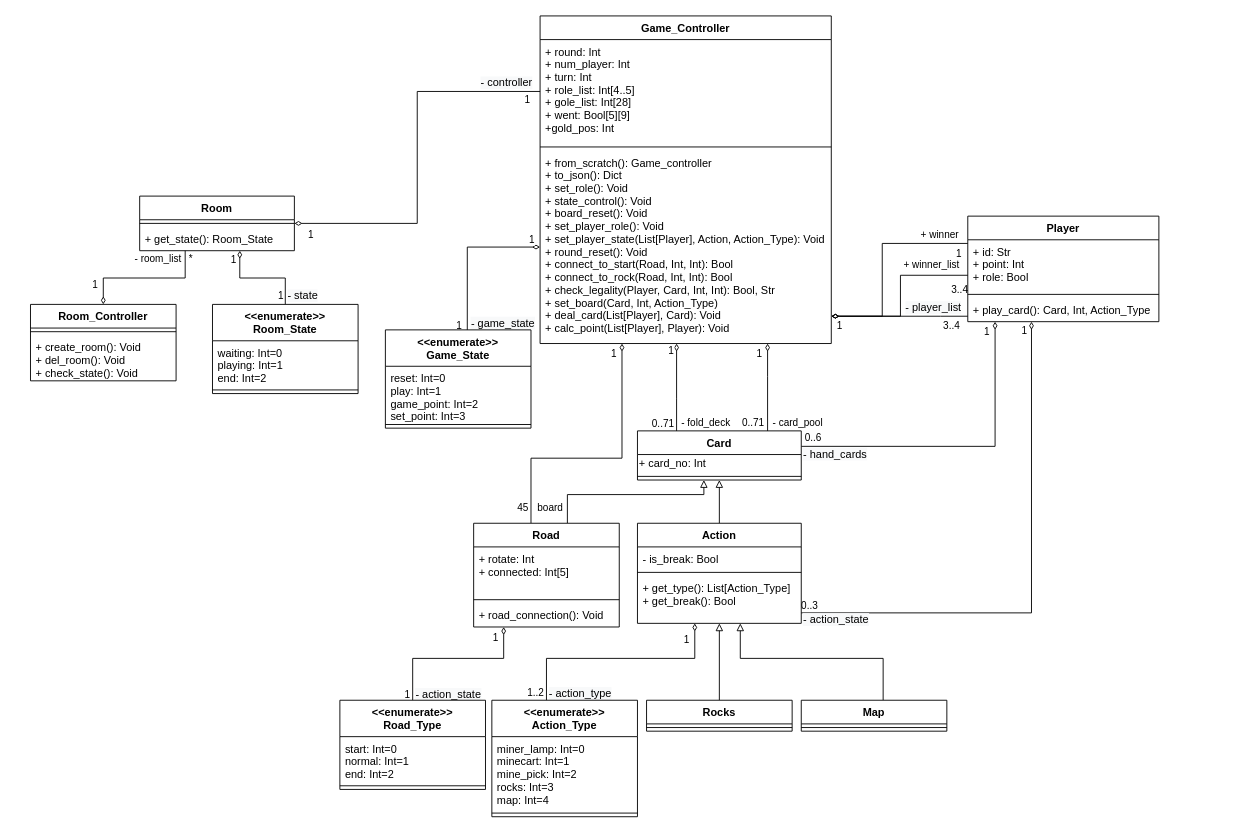
chiachun2491/NTNU_OOAD-Project keeps this draw.io diagram as page "(g) Class_1" (5 of 6) of P2.Check1.drawio. Above is the earlier version. Source tidied: cells renumbered, new cells numbered last; positions are measured from the earlier drawing's top-left corner, leaving out a move shared by most shapes. Both pictures are drawn from the tidied source at 91%, with x=0, y=0 at pixel (30, 15).
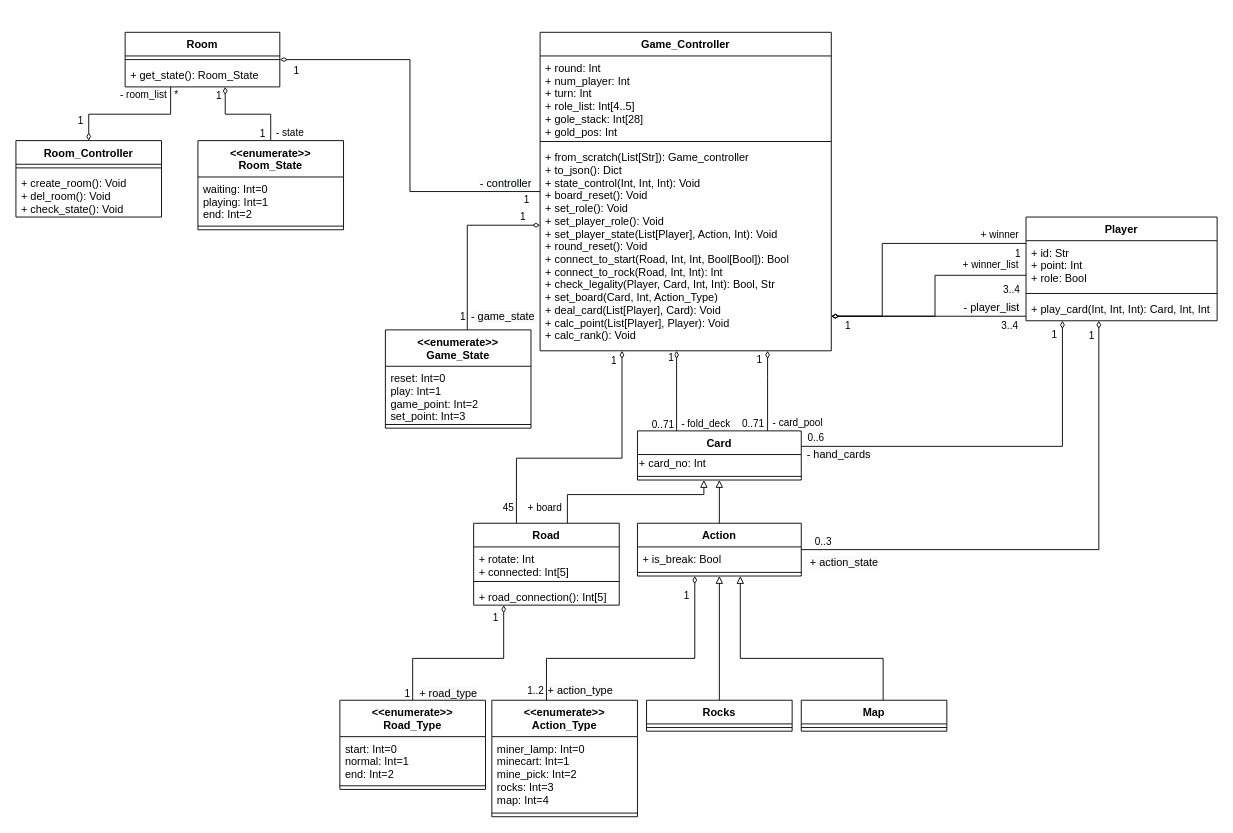
The same page after the edit.

Commit message:
doc: update class diagram

The change refers to these unchanged cells:
```xml
<mxCell id="14" style="edgeStyle=orthogonalEdgeStyle;rounded=0;jettySize=auto;html=1;endArrow=diamondThin;endFill=0;" parent="1" edge="1" source="20" target="6">
  <mxGeometry relative="1" as="geometry">
    <Array as="points">
      <mxPoint x="936" y="250" />
      <mxPoint x="936" y="330" />
    </Array>
  </mxGeometry>
</mxCell>
<mxCell id="36" value="Card" style="swimlane;fontStyle=1;align=center;verticalAlign=top;horizontal=1;startSize=26;" parent="1" vertex="1">
  <mxGeometry x="667" y="456" width="180" height="54" as="geometry" />
</mxCell>
<mxCell id="39" style="edgeStyle=orthogonalEdgeStyle;rounded=0;jettySize=auto;html=1;endArrow=diamondThin;endFill=0;exitX=0.5;exitY=0;exitDx=0;exitDy=0;" parent="1" edge="1" source="50" target="58">
  <mxGeometry relative="1" as="geometry">
    <Array as="points">
      <mxPoint x="420" y="706" />
      <mxPoint x="520" y="706" />
    </Array>
  </mxGeometry>
</mxCell>
<mxCell id="47" value="&lt;&lt;enumerate&gt;&gt;&#10;Game_State" style="swimlane;fontStyle=1;align=center;verticalAlign=top;horizontal=1;startSize=40;" parent="1" vertex="1">
  <mxGeometry x="390" y="345" width="160" height="108" as="geometry" />
</mxCell>
<mxCell id="71" style="edgeStyle=orthogonalEdgeStyle;rounded=0;jettySize=auto;html=1;endArrow=diamondThin;endFill=0;" parent="1" edge="1" source="75" target="67">
  <mxGeometry relative="1" as="geometry">
    <Array as="points">
      <mxPoint x="567" y="706" />
      <mxPoint x="730" y="706" />
    </Array>
  </mxGeometry>
</mxCell>
```

What changed in the source:
```diff
@@
-    <mxCell id="2" style="edgeStyle=orthogonalEdgeStyle;rounded=0;jettySize=auto;html=1;entryX=1;entryY=0.5;entryDx=0;entryDy=0;endArrow=diamondThin;endFill=0;exitX=0;exitY=0.5;exitDx=0;exitDy=0;" parent="1" edge="1" source="7" target="85">
+    <mxCell id="2" style="edgeStyle=orthogonalEdgeStyle;rounded=0;jettySize=auto;html=1;endArrow=diamondThin;endFill=0;" parent="1" edge="1" source="6" target="85">
       <mxGeometry relative="1" as="geometry" />
     </mxCell>
@@
     <mxCell id="6" value="Game_Controller" style="swimlane;fontStyle=1;align=center;verticalAlign=top;horizontal=1;startSize=26;" parent="1" vertex="1">
-      <mxGeometry x="560" width="320" height="360" as="geometry" />
+      <mxGeometry x="560" y="18" width="320" height="350" as="geometry" />
     </mxCell>
-    <mxCell id="7" value="+ round: Int&#10;+ num_player: Int&#10;+ turn: Int&#10;+ role_list: Int[4..5]&#10;+ gole_list: Int[28]&#10;+ went: Bool[5][9]&#10;+gold_pos: Int&#10;" style="text;strokeColor=none;fillColor=none;align=left;verticalAlign=top;spacingLeft=4;spacingRight=4;overflow=hidden;points=[[0,0.5],[1,0.5]];portConstraint=eastwest;" parent="6" vertex="1">
-      <mxGeometry y="26" width="320" height="114" as="geometry" />
+    <mxCell id="7" value="+ round: Int&#10;+ num_player: Int&#10;+ turn: Int&#10;+ role_list: Int[4..5]&#10;+ gole_stack: Int[28]&#10;+ gold_pos: Int" style="text;strokeColor=none;fillColor=none;align=left;verticalAlign=top;spacingLeft=4;spacingRight=4;overflow=hidden;points=[[0,0.5],[1,0.5]];portConstraint=eastwest;" parent="6" vertex="1">
+      <mxGeometry y="26" width="320" height="90" as="geometry" />
     </mxCell>
     <mxCell id="8" style="line;strokeWidth=1;fillColor=none;align=left;verticalAlign=middle;spacingTop=-1;spacingLeft=3;spacingRight=3;labelPosition=right;" parent="6" vertex="1">
-      <mxGeometry y="140" width="320" height="8" as="geometry" />
+      <mxGeometry y="116" width="320" height="8" as="geometry" />
     </mxCell>
-    <mxCell id="9" value="+ from_scratch(): Game_controller&#10;+ to_json(): Dict&#10;+ set_role(): Void&#10;+ state_control(): Void&#10;+ board_reset(): Void&#10;+ set_player_role(): Void&#10;+ set_player_state(List[Player], Action, Action_Type): Void&#10;+ round_reset(): Void&#10;+ connect_to_start(Road, Int, Int): Bool&#10;+ connect_to_rock(Road, Int, Int): Bool&#10;+ check_legality(Player, Card, Int, Int): Bool, Str&#10;+ set_board(Card, Int, Action_Type)&#10;+ deal_card(List[Player], Card): Void&#10;+ calc_point(List[Player], Player): Void" style="text;strokeColor=none;fillColor=none;align=left;verticalAlign=top;spacingLeft=4;spacingRight=4;overflow=hidden;points=[[0,0.5],[1,0.5]];portConstraint=eastwest;" parent="6" vertex="1">
-      <mxGeometry y="148" width="320" height="212" as="geometry" />
+    <mxCell id="9" value="+ from_scratch(List[Str]): Game_controller&#10;+ to_json(): Dict&#10;+ state_control(Int, Int, Int): Void&#10;+ board_reset(): Void&#10;+ set_role(): Void&#10;+ set_player_role(): Void&#10;+ set_player_state(List[Player], Action, Int): Void&#10;+ round_reset(): Void&#10;+ connect_to_start(Road, Int, Int, Bool[Bool]): Bool&#10;+ connect_to_rock(Road, Int, Int): Int&#10;+ check_legality(Player, Card, Int, Int): Bool, Str&#10;+ set_board(Card, Int, Action_Type)&#10;+ deal_card(List[Player], Card): Void&#10;+ calc_point(List[Player], Player): Void&#10;+ calc_rank(): Void" style="text;strokeColor=none;fillColor=none;align=left;verticalAlign=top;spacingLeft=4;spacingRight=4;overflow=hidden;points=[[0,0.5],[1,0.5]];portConstraint=eastwest;" parent="6" vertex="1">
+      <mxGeometry y="124" width="320" height="226" as="geometry" />
     </mxCell>
     <mxCell id="10" style="edgeStyle=orthogonalEdgeStyle;rounded=0;jettySize=auto;html=1;endArrow=diamondThin;endFill=0;" parent="1" edge="1" source="20" target="6">
       <mxGeometry relative="1" as="geometry">
         <Array as="points">
-          <mxPoint x="1000" y="330" />
-          <mxPoint x="1000" y="330" />
+          <mxPoint x="1014" y="330" />
+          <mxPoint x="1014" y="330" />
         </Array>
       </mxGeometry>
     </mxCell>
     <mxCell id="11" value="&lt;span style=&quot;font-size: 12px ; text-align: left ; background-color: rgb(248 , 249 , 250)&quot;&gt;- player_list&lt;/span&gt;" style="edgeLabel;html=1;align=center;verticalAlign=middle;" parent="10" vertex="1">
       <mxGeometry x="-0.79" y="2" relative="1" as="geometry">
-        <mxPoint x="-23" y="-12" as="offset" />
+        <mxPoint x="-17" y="-12" as="offset" />
       </mxGeometry>
     </mxCell>
@@
     <mxCell id="13" value="3..4" style="edgeLabel;html=1;align=center;verticalAlign=middle;" parent="10" vertex="1">
       <mxGeometry x="-0.79" y="3" relative="1" as="geometry">
-        <mxPoint x="-3" y="7" as="offset" />
+        <mxPoint x="3" y="7" as="offset" />
       </mxGeometry>
     </mxCell>
@@
     <mxCell id="15" value="+ winner" style="edgeLabel;html=1;align=center;verticalAlign=middle;" parent="14" vertex="1">
       <mxGeometry x="-0.72" y="1" relative="1" as="geometry">
-        <mxPoint y="-11" as="offset" />
+        <mxPoint x="11" y="-11" as="offset" />
       </mxGeometry>
     </mxCell>
     <mxCell id="16" value="1" style="edgeLabel;html=1;align=center;verticalAlign=middle;" parent="14" vertex="1">
       <mxGeometry x="-0.49" y="2" relative="1" as="geometry">
-        <mxPoint x="48" y="8" as="offset" />
+        <mxPoint x="65" y="8" as="offset" />
       </mxGeometry>
     </mxCell>
     <mxCell id="17" style="edgeStyle=orthogonalEdgeStyle;rounded=0;jettySize=auto;html=1;endArrow=diamondThin;endFill=0;" parent="1" edge="1" source="20" target="6">
       <mxGeometry relative="1" as="geometry">
         <Array as="points">
-          <mxPoint x="956" y="285" />
-          <mxPoint x="956" y="330" />
+          <mxPoint x="994" y="285" />
+          <mxPoint x="994" y="330" />
         </Array>
       </mxGeometry>
     </mxCell>
     <mxCell id="18" value="+ winner_list" style="edgeLabel;html=1;align=center;verticalAlign=middle;" parent="17" vertex="1">
       <mxGeometry x="-0.81" y="1" relative="1" as="geometry">
-        <mxPoint x="-22" y="-13" as="offset" />
+        <mxPoint x="-15" y="-13" as="offset" />
       </mxGeometry>
     </mxCell>
@@
     <mxCell id="20" value="Player" style="swimlane;fontStyle=1;align=center;verticalAlign=top;horizontal=1;startSize=26;" parent="1" vertex="1">
-      <mxGeometry x="1030" y="220" width="210" height="116" as="geometry" />
+      <mxGeometry x="1094" y="221" width="210" height="114" as="geometry" />
     </mxCell>
     <mxCell id="21" value="+ id: Str&#10;+ point: Int&#10;+ role: Bool" style="text;strokeColor=none;fillColor=none;align=left;verticalAlign=top;spacingLeft=4;spacingRight=4;overflow=hidden;" parent="20" vertex="1">
-      <mxGeometry y="26" width="210" height="56" as="geometry" />
+      <mxGeometry y="26" width="210" height="54" as="geometry" />
     </mxCell>
     <mxCell id="22" style="line;strokeWidth=1;fillColor=none;align=left;verticalAlign=middle;spacingTop=-1;spacingLeft=3;spacingRight=3;labelPosition=right;" parent="20" vertex="1">
-      <mxGeometry y="82" width="210" height="8" as="geometry" />
+      <mxGeometry y="80" width="210" height="8" as="geometry" />
     </mxCell>
-    <mxCell id="23" value="+ play_card(): Card, Int, Action_Type" style="text;strokeColor=none;fillColor=none;align=left;verticalAlign=top;spacingLeft=4;spacingRight=4;overflow=hidden;" parent="20" vertex="1">
-      <mxGeometry y="90" width="210" height="26" as="geometry" />
+    <mxCell id="23" value="+ play_card(Int, Int, Int): Card, Int, Int" style="text;strokeColor=none;fillColor=none;align=left;verticalAlign=top;spacingLeft=4;spacingRight=4;overflow=hidden;" parent="20" vertex="1">
+      <mxGeometry y="88" width="210" height="26" as="geometry" />
     </mxCell>
     <mxCell id="24" style="edgeStyle=orthogonalEdgeStyle;rounded=0;jettySize=auto;html=1;endArrow=diamondThin;endFill=0;" parent="1" edge="1" source="36" target="20">
       <mxGeometry relative="1" as="geometry">
         <Array as="points">
-          <mxPoint x="1060" y="473" />
+          <mxPoint x="1134" y="473" />
         </Array>
       </mxGeometry>
     </mxCell>
@@
-    <mxCell id="40" value="&lt;span style=&quot;font-size: 12px ; text-align: left ; background-color: rgb(248 , 249 , 250)&quot;&gt;- action_state&lt;/span&gt;" style="edgeLabel;html=1;align=center;verticalAlign=middle;" parent="39" vertex="1">
+    <mxCell id="40" value="&lt;span style=&quot;font-size: 12px ; text-align: left ; background-color: rgb(248 , 249 , 250)&quot;&gt;+ road_type&lt;/span&gt;" style="edgeLabel;html=1;align=center;verticalAlign=middle;" parent="39" vertex="1">
       <mxGeometry x="-0.91" relative="1" as="geometry">
         <mxPoint x="38" y="1" as="offset" />
       </mxGeometry>
     </mxCell>
@@
-    <mxCell id="43" style="edgeStyle=orthogonalEdgeStyle;rounded=0;jettySize=auto;html=1;entryX=0;entryY=0.5;entryDx=0;entryDy=0;endArrow=diamondThin;endFill=0;" parent="1" edge="1" source="47" target="9">
+    <mxCell id="43" style="edgeStyle=orthogonalEdgeStyle;rounded=0;jettySize=auto;html=1;endArrow=diamondThin;endFill=0;" parent="1" edge="1" source="47" target="6">
       <mxGeometry relative="1" as="geometry">
         <Array as="points">
-          <mxPoint x="480" y="254" />
+          <mxPoint x="480" y="230" />
         </Array>
       </mxGeometry>
     </mxCell>
     <mxCell id="44" value="&lt;span style=&quot;font-size: 12px ; text-align: left ; background-color: rgb(248 , 249 , 250)&quot;&gt;- game_state&lt;/span&gt;" style="edgeLabel;html=1;align=center;verticalAlign=middle;" parent="43" vertex="1">
       <mxGeometry x="-0.93" y="-1" relative="1" as="geometry">
-        <mxPoint x="37" y="-2" as="offset" />
+        <mxPoint x="37" y="-8" as="offset" />
       </mxGeometry>
     </mxCell>
     <mxCell id="45" value="1" style="edgeLabel;html=1;align=center;verticalAlign=middle;" parent="43" vertex="1">
       <mxGeometry x="-0.93" y="-1" relative="1" as="geometry">
-        <mxPoint x="-11" as="offset" />
+        <mxPoint x="-7" y="-8" as="offset" />
       </mxGeometry>
     </mxCell>
     <mxCell id="46" value="1" style="edgeLabel;html=1;align=center;verticalAlign=middle;" parent="43" vertex="1">
       <mxGeometry x="0.88" relative="1" as="geometry">
-        <mxPoint y="-9" as="offset" />
+        <mxPoint x="-8" y="-10" as="offset" />
       </mxGeometry>
     </mxCell>
@@
     <mxCell id="54" style="edgeStyle=orthogonalEdgeStyle;rounded=0;jettySize=auto;html=1;endArrow=diamondThin;endFill=0;" parent="1" edge="1" source="58" target="6">
       <mxGeometry relative="1" as="geometry">
         <Array as="points">
-          <mxPoint x="550" y="486" />
+          <mxPoint x="534" y="486" />
           <mxPoint x="650" y="486" />
         </Array>
       </mxGeometry>
     </mxCell>
@@
-    <mxCell id="57" value="board" style="edgeLabel;html=1;align=center;verticalAlign=middle;" parent="54" vertex="1">
+    <mxCell id="57" value="+ board" style="edgeLabel;html=1;align=center;verticalAlign=middle;" parent="54" vertex="1">
       <mxGeometry x="-0.88" relative="1" as="geometry">
-        <mxPoint x="20" y="1" as="offset" />
+        <mxPoint x="30" y="1" as="offset" />
       </mxGeometry>
     </mxCell>
     <mxCell id="58" value="Road" style="swimlane;fontStyle=1;align=center;verticalAlign=top;horizontal=1;startSize=26;" parent="1" vertex="1">
-      <mxGeometry x="487" y="557.5" width="160" height="114" as="geometry" />
+      <mxGeometry x="487" y="557.5" width="160" height="90" as="geometry" />
     </mxCell>
     <mxCell id="59" value="+ rotate: Int&#10;+ connected: Int[5]" style="text;strokeColor=none;fillColor=none;align=left;verticalAlign=top;spacingLeft=4;spacingRight=4;overflow=hidden;" parent="58" vertex="1">
-      <mxGeometry y="26" width="160" height="54" as="geometry" />
+      <mxGeometry y="26" width="160" height="34" as="geometry" />
     </mxCell>
     <mxCell id="60" style="line;strokeWidth=1;fillColor=none;align=left;verticalAlign=middle;spacingTop=-1;spacingLeft=3;spacingRight=3;labelPosition=right;" parent="58" vertex="1">
-      <mxGeometry y="80" width="160" height="8" as="geometry" />
+      <mxGeometry y="60" width="160" height="8" as="geometry" />
     </mxCell>
-    <mxCell id="61" value="+ road_connection(): Void" style="text;strokeColor=none;fillColor=none;align=left;verticalAlign=top;spacingLeft=4;spacingRight=4;overflow=hidden;" parent="58" vertex="1">
-      <mxGeometry y="88" width="160" height="26" as="geometry" />
+    <mxCell id="61" value="+ road_connection(): Int[5]" style="text;strokeColor=none;fillColor=none;align=left;verticalAlign=top;spacingLeft=4;spacingRight=4;overflow=hidden;" parent="58" vertex="1">
+      <mxGeometry y="68" width="160" height="22" as="geometry" />
     </mxCell>
@@
     <mxCell id="63" style="rounded=0;jettySize=auto;html=1;endArrow=diamondThin;endFill=0;edgeStyle=orthogonalEdgeStyle;" parent="1" edge="1" source="67" target="20">
       <mxGeometry relative="1" as="geometry">
         <Array as="points">
-          <mxPoint x="1100" y="656" />
+          <mxPoint x="1174" y="587" />
         </Array>
       </mxGeometry>
     </mxCell>
     <mxCell id="64" value="0..3" style="edgeLabel;html=1;align=center;verticalAlign=middle;" parent="63" vertex="1">
       <mxGeometry x="-0.95" y="3" relative="1" as="geometry">
-        <mxPoint x="-6" y="-6" as="offset" />
+        <mxPoint x="9" y="-6" as="offset" />
       </mxGeometry>
     </mxCell>
     <mxCell id="65" value="1" style="edgeLabel;html=1;align=center;verticalAlign=middle;" parent="63" vertex="1">
       <mxGeometry x="0.92" relative="1" as="geometry">
-        <mxPoint x="-9" y="-14" as="offset" />
+        <mxPoint x="-9" y="-8" as="offset" />
       </mxGeometry>
     </mxCell>
-    <mxCell id="66" value="&lt;span style=&quot;font-size: 12px ; text-align: left ; background-color: rgb(248 , 249 , 250)&quot;&gt;- action_state&lt;/span&gt;" style="edgeLabel;html=1;align=center;verticalAlign=middle;" parent="63" vertex="1">
+    <mxCell id="66" value="&lt;span style=&quot;font-size: 12px ; text-align: left ; background-color: rgb(248 , 249 , 250)&quot;&gt;+ action_state&lt;/span&gt;" style="edgeLabel;html=1;align=center;verticalAlign=middle;" parent="63" vertex="1">
       <mxGeometry x="-0.92" y="-3" relative="1" as="geometry">
-        <mxPoint x="14" y="4" as="offset" />
+        <mxPoint x="23" y="11" as="offset" />
       </mxGeometry>
     </mxCell>
     <mxCell id="67" value="Action" style="swimlane;fontStyle=1;align=center;verticalAlign=top;horizontal=1;startSize=26;" parent="1" vertex="1">
-      <mxGeometry x="667" y="557.5" width="180" height="110" as="geometry" />
+      <mxGeometry x="667" y="557.5" width="180" height="58" as="geometry" />
     </mxCell>
-    <mxCell id="68" value="- is_break: Bool" style="text;strokeColor=none;fillColor=none;align=left;verticalAlign=top;spacingLeft=4;spacingRight=4;overflow=hidden;" parent="67" vertex="1">
+    <mxCell id="68" value="+ is_break: Bool" style="text;strokeColor=none;fillColor=none;align=left;verticalAlign=top;spacingLeft=4;spacingRight=4;overflow=hidden;" parent="67" vertex="1">
       <mxGeometry y="26" width="180" height="24" as="geometry" />
     </mxCell>
@@
-    <mxCell id="70" value="+ get_type(): List[Action_Type]&#10;+ get_break(): Bool" style="text;strokeColor=none;fillColor=none;align=left;verticalAlign=top;spacingLeft=4;spacingRight=4;overflow=hidden;" parent="67" vertex="1">
-      <mxGeometry y="58" width="180" height="52" as="geometry" />
-    </mxCell>
@@
-    <mxCell id="73" value="&lt;span style=&quot;font-size: 12px ; text-align: left ; background-color: rgb(248 , 249 , 250)&quot;&gt;- action_type&lt;/span&gt;" style="edgeLabel;html=1;align=center;verticalAlign=middle;" parent="71" vertex="1">
+    <mxCell id="73" value="&lt;span style=&quot;font-size: 12px ; text-align: left ; background-color: rgb(248 , 249 , 250)&quot;&gt;+ action_type&lt;/span&gt;" style="edgeLabel;html=1;align=center;verticalAlign=middle;" parent="71" vertex="1">
       <mxGeometry x="-0.9" relative="1" as="geometry">
         <mxPoint x="36" y="4" as="offset" />
       </mxGeometry>
     </mxCell>
@@
     <mxCell id="78" value="Room_Controller" style="swimlane;fontStyle=1;align=center;verticalAlign=top;horizontal=1;startSize=26;" parent="1" vertex="1">
-      <mxGeometry y="317" width="160" height="84" as="geometry" />
+      <mxGeometry x="-16" y="137" width="160" height="84" as="geometry" />
     </mxCell>
@@
     <mxCell id="81" style="edgeStyle=orthogonalEdgeStyle;rounded=0;jettySize=auto;html=1;endArrow=diamondThin;endFill=0;entryX=0.5;entryY=0;entryDx=0;entryDy=0;" parent="1" edge="1" source="85" target="78">
       <mxGeometry relative="1" as="geometry">
         <Array as="points">
-          <mxPoint x="170" y="288" />
-          <mxPoint x="80" y="288" />
+          <mxPoint x="154" y="108" />
+          <mxPoint x="64" y="108" />
         </Array>
       </mxGeometry>
     </mxCell>
@@
     <mxCell id="85" value="Room" style="swimlane;fontStyle=1;align=center;verticalAlign=top;horizontal=1;startSize=26;" parent="1" vertex="1">
-      <mxGeometry x="120" y="198" width="170" height="60" as="geometry" />
+      <mxGeometry x="104" y="18" width="170" height="60" as="geometry" />
     </mxCell>
@@
     <mxCell id="88" style="edgeStyle=orthogonalEdgeStyle;rounded=0;jettySize=auto;html=1;endArrow=diamondThin;endFill=0;" parent="1" edge="1" source="92">
       <mxGeometry relative="1" as="geometry">
-        <mxPoint x="230" y="258" as="targetPoint" />
+        <mxPoint x="214" y="78" as="targetPoint" />
         <Array as="points">
-          <mxPoint x="280" y="288" />
-          <mxPoint x="230" y="288" />
-          <mxPoint x="230" y="258" />
+          <mxPoint x="264" y="108" />
+          <mxPoint x="214" y="108" />
+          <mxPoint x="214" y="78" />
         </Array>
       </mxGeometry>
     </mxCell>
+    <mxCell id="91" value="1" style="edgeLabel;html=1;align=center;verticalAlign=middle;" parent="88" vertex="1">
+      <mxGeometry x="0.46" y="-1" relative="1" as="geometry">
+        <mxPoint x="-9" y="-20" as="offset" />
+      </mxGeometry>
+    </mxCell>
-    <mxCell id="89" value="&lt;span style=&quot;font-size: 12px ; text-align: left ; background-color: rgb(248 , 249 , 250)&quot;&gt;- state&lt;/span&gt;" style="edgeLabel;html=1;align=center;verticalAlign=middle;" parent="88" vertex="1">
-      <mxGeometry x="-0.73" relative="1" as="geometry">
-        <mxPoint x="18" y="5" as="offset" />
+    <mxCell id="89" value="- state" style="edgeLabel;html=1;align=center;verticalAlign=middle;" parent="88" vertex="1">
+      <mxGeometry x="-0.82" relative="1" as="geometry">
+        <mxPoint x="20" as="offset" />
       </mxGeometry>
     </mxCell>
     <mxCell id="90" value="1" style="edgeLabel;html=1;align=center;verticalAlign=middle;" parent="88" vertex="1">
-      <mxGeometry x="-0.74" y="-1" relative="1" as="geometry">
-        <mxPoint x="-7" y="4" as="offset" />
+      <mxGeometry x="-0.86" relative="1" as="geometry">
+        <mxPoint x="-10" as="offset" />
       </mxGeometry>
     </mxCell>
-    <mxCell id="91" value="1" style="edgeLabel;html=1;align=center;verticalAlign=middle;" parent="88" vertex="1">
-      <mxGeometry x="0.46" y="-1" relative="1" as="geometry">
-        <mxPoint x="-9" y="-20" as="offset" />
-      </mxGeometry>
-    </mxCell>
     <mxCell id="92" value="&lt;&lt;enumerate&gt;&gt;&#10;Room_State" style="swimlane;fontStyle=1;align=center;verticalAlign=top;horizontal=1;startSize=40;" parent="1" vertex="1">
-      <mxGeometry x="200" y="317" width="160" height="98" as="geometry" />
+      <mxGeometry x="184" y="137" width="160" height="98" as="geometry" />
     </mxCell>
```
